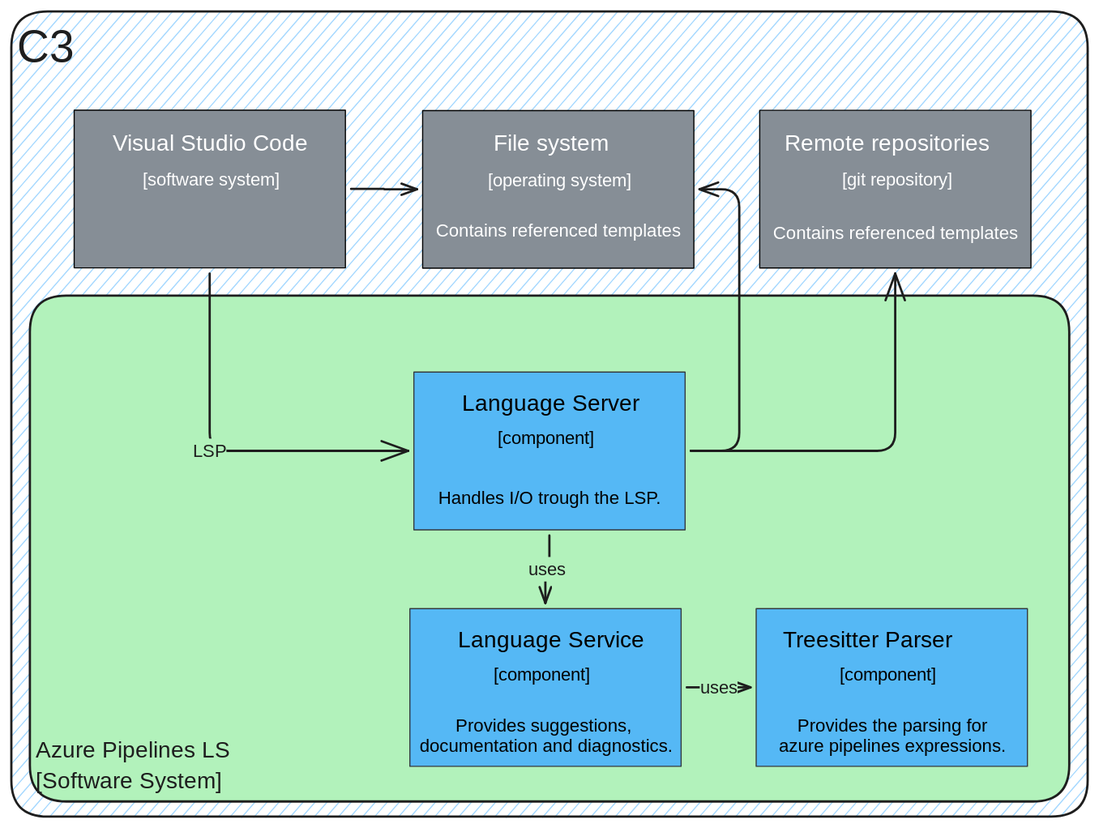
Before: content/Designs/c3.svg, a diagram exported from Excalidraw (SerggioPizzella/grad-portfolio). Source tidied: one line per element, renumbered; positions are measured from the earlier drawing's top-left corner, leaving out a move shared by most shapes.
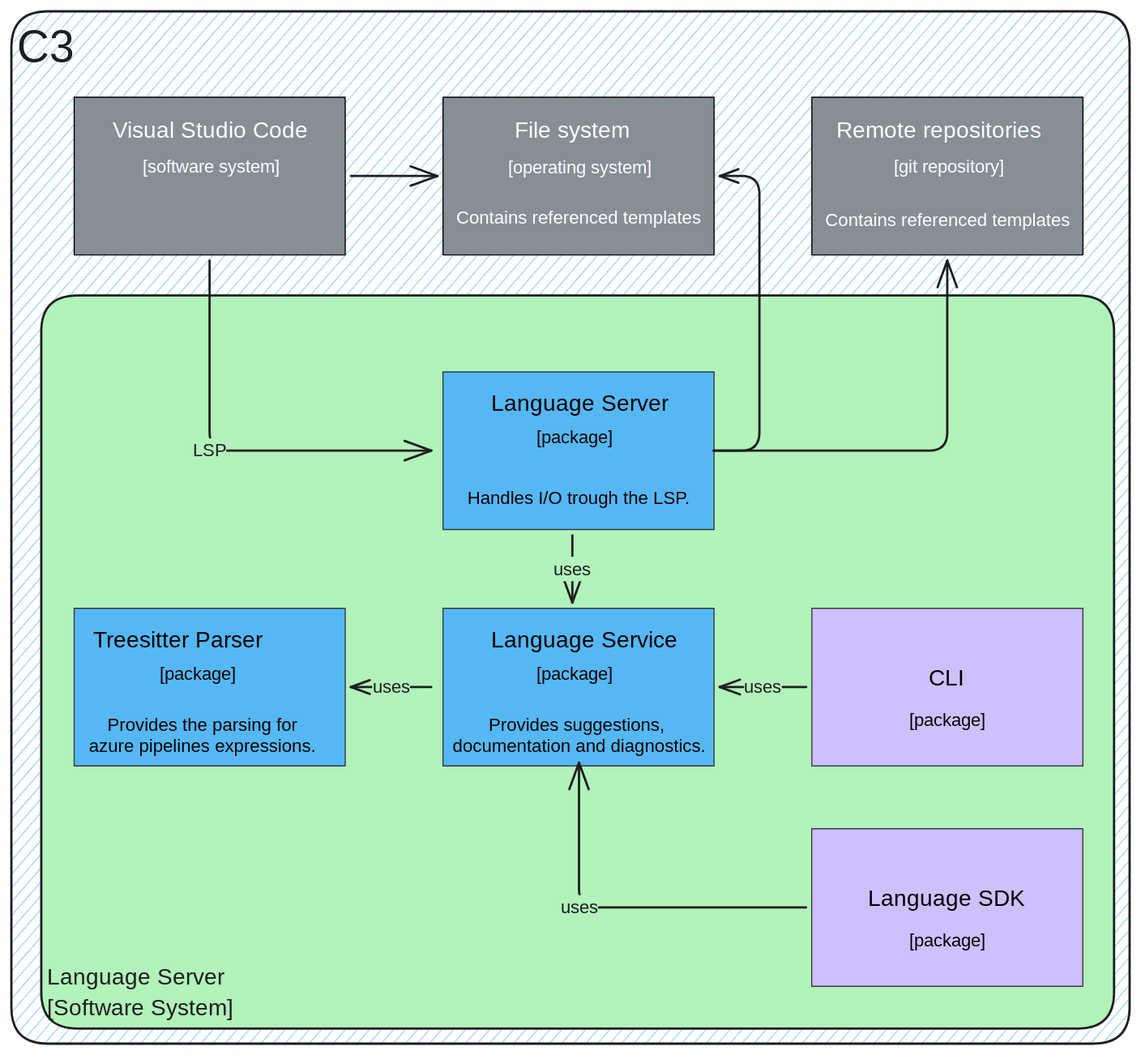
Later version of the same file.

The edit, as a diff of the source:
```diff
@@ -1,36 +1,46 @@
-{"id": 0, "type": "rectangle", "strokeColor": "#1e1e1e", "backgroundColor": "#a5d8ff", "fillStyle": "hachure", "strokeWidth": 2, "roughness": 0, "round": true, "x": 0, "y": 0, "width": 948, "height": 710}
+{"id": 0, "type": "rectangle", "strokeColor": "#1e1e1e", "backgroundColor": "#a5d8ff", "fillStyle": "hachure", "strokeWidth": 2, "roughness": 0, "round": true, "x": 0, "y": 0, "width": 986, "height": 910}
 {"id": 1, "type": "text", "text": "C3", "strokeColor": "#1e1e1e", "backgroundColor": "#a5d8ff", "fillStyle": "hachure", "strokeWidth": 2, "roughness": 0, "fontSize": 39.27, "fontFamily": 6, "inside": 0, "x": 5, "y": 5, "width": 51, "height": 53}
-{"id": 2, "type": "rectangle", "strokeColor": "#1e1e1e", "backgroundColor": "#b2f2bb", "fillStyle": "solid", "strokeWidth": 2, "roughness": 0, "round": true, "x": 16, "y": 251, "width": 916, "height": 446}
+{"id": 2, "type": "rectangle", "strokeColor": "#1e1e1e", "backgroundColor": "#b2f2bb", "fillStyle": "solid", "strokeWidth": 2, "roughness": 0, "round": true, "x": 26, "y": 251, "width": 946, "height": 646}
-{"id": 3, "type": "text", "text": "Azure Pipelines LS\n[Software System]", "strokeColor": "#1e1e1e", "backgroundColor": "#b2f2bb", "fillStyle": "hachure", "strokeWidth": 2, "roughness": 0, "fontSize": 20, "fontFamily": 6, "verticalAlign": "bottom", "inside": 2, "x": 21, "y": 637, "width": 169, "height": 54}
+{"id": 3, "type": "text", "text": "Language Server\n[Software System]", "strokeColor": "#1e1e1e", "backgroundColor": "#b2f2bb", "fillStyle": "hachure", "strokeWidth": 2, "roughness": 0, "fontSize": 20, "fontFamily": 6, "verticalAlign": "bottom", "inside": 2, "x": 31, "y": 838, "width": 167, "height": 54}
-{"id": 4, "type": "rectangle", "strokeColor": "#000000", "backgroundColor": "#868e96", "fillStyle": "solid", "strokeWidth": 1, "roughness": 0, "x": 55, "y": 87, "width": 239, "height": 139}
+{"id": 4, "type": "rectangle", "strokeColor": "#000000", "backgroundColor": "#868e96", "fillStyle": "solid", "strokeWidth": 1, "roughness": 0, "x": 55, "y": 76, "width": 239, "height": 139}
-{"id": 5, "type": "text", "text": "Visual Studio Code", "strokeColor": "#fff", "backgroundColor": "#55b8f5", "fillStyle": "solid", "strokeWidth": 1, "roughness": 0, "fontSize": 20, "fontFamily": 1, "textAlign": "center", "x": 82, "y": 105, "width": 186, "height": 25}
+{"id": 5, "type": "text", "text": "Visual Studio Code", "strokeColor": "#fff", "backgroundColor": "#55b8f5", "fillStyle": "solid", "strokeWidth": 1, "roughness": 0, "fontSize": 20, "fontFamily": 1, "textAlign": "center", "x": 82, "y": 94, "width": 186, "height": 25}
-{"id": 6, "type": "text", "text": "[software system]", "strokeColor": "#fff", "backgroundColor": "#55b8f5", "fillStyle": "solid", "strokeWidth": 1, "roughness": 0, "fontSize": 16, "fontFamily": 3, "textAlign": "center", "x": 96, "y": 138, "width": 160, "height": 20}
+{"id": 6, "type": "text", "text": "[software system]", "strokeColor": "#fff", "backgroundColor": "#55b8f5", "fillStyle": "solid", "strokeWidth": 1, "roughness": 0, "fontSize": 16, "fontFamily": 3, "textAlign": "center", "x": 96, "y": 127, "width": 160, "height": 20}
-{"id": 7, "type": "arrow", "strokeColor": "#1e1e1e", "backgroundColor": "#a5d8ff", "fillStyle": "hachure", "strokeWidth": 2, "roughness": 0, "endArrowhead": "arrow", "from": 4, "to": 14, "x": 299, "y": 156, "width": 58, "height": 0, "points": [[0, 0], [29, 0], [29, 0], [58, 0]]}
+{"id": 7, "type": "arrow", "strokeColor": "#1e1e1e", "backgroundColor": "#a5d8ff", "fillStyle": "hachure", "strokeWidth": 2, "roughness": 0, "endArrowhead": "arrow", "from": 4, "to": 14, "x": 299, "y": 145, "width": 76, "height": 0, "points": [[0, 0], [76, 0]]}
-{"id": 8, "type": "rectangle", "strokeColor": "#000000", "backgroundColor": "#868e96", "fillStyle": "solid", "strokeWidth": 1, "roughness": 0, "x": 659, "y": 87, "width": 239, "height": 139}
+{"id": 8, "type": "rectangle", "strokeColor": "#000000", "backgroundColor": "#868e96", "fillStyle": "solid", "strokeWidth": 1, "roughness": 0, "x": 706, "y": 76, "width": 239, "height": 139}
-{"id": 9, "type": "text", "text": "Remote repositories", "strokeColor": "#fff", "backgroundColor": "#55b8f5", "fillStyle": "solid", "strokeWidth": 1, "roughness": 0, "fontSize": 20, "fontFamily": 1, "x": 681, "y": 105, "width": 193, "height": 25}
+{"id": 9, "type": "text", "text": "Remote repositories", "strokeColor": "#fff", "backgroundColor": "#55b8f5", "fillStyle": "solid", "strokeWidth": 1, "roughness": 0, "fontSize": 20, "fontFamily": 1, "x": 728, "y": 94, "width": 193, "height": 25}
-{"id": 10, "type": "text", "text": "[git repository]", "strokeColor": "#fff", "backgroundColor": "#55b8f5", "fillStyle": "solid", "strokeWidth": 1, "roughness": 0, "fontSize": 16, "fontFamily": 3, "textAlign": "center", "x": 705, "y": 138, "width": 150, "height": 20}
+{"id": 10, "type": "text", "text": "[git repository]", "strokeColor": "#fff", "backgroundColor": "#55b8f5", "fillStyle": "solid", "strokeWidth": 1, "roughness": 0, "fontSize": 16, "fontFamily": 3, "textAlign": "center", "x": 752, "y": 127, "width": 150, "height": 20}
-{"id": 11, "type": "text", "text": "Contains referenced templates", "strokeColor": "#fff", "backgroundColor": "#55b8f5", "fillStyle": "solid", "strokeWidth": 1, "roughness": 0, "fontSize": 15.87, "fontFamily": 2, "textAlign": "center", "x": 671, "y": 188, "width": 216, "height": 18}
+{"id": 11, "type": "text", "text": "Contains referenced templates", "strokeColor": "#fff", "backgroundColor": "#55b8f5", "fillStyle": "solid", "strokeWidth": 1, "roughness": 0, "fontSize": 15.87, "fontFamily": 2, "textAlign": "center", "x": 717, "y": 176, "width": 216, "height": 18}
-{"id": 12, "type": "arrow", "strokeColor": "#1e1e1e", "backgroundColor": "#b2f2bb", "fillStyle": "cross-hatch", "strokeWidth": 2, "roughness": 0, "endArrowhead": "arrow", "from": 4, "to": 18, "x": 175, "y": 231, "width": 175, "height": 156, "points": [[0, 0], [0, 156], [175, 156]]}
+{"id": 12, "type": "arrow", "strokeColor": "#1e1e1e", "backgroundColor": "#b2f2bb", "fillStyle": "cross-hatch", "strokeWidth": 2, "roughness": 0, "endArrowhead": "arrow", "from": 4, "to": 18, "x": 175, "y": 220, "width": 195, "height": 168, "points": [[0, 0], [0, 168], [195, 168]]}
-{"id": 13, "type": "text", "text": "LSP", "strokeColor": "#1e1e1e", "backgroundColor": "#b2f2bb", "fillStyle": "cross-hatch", "strokeWidth": 2, "roughness": 0, "fontSize": 16, "fontFamily": 6, "textAlign": "center", "verticalAlign": "middle", "inside": 12, "x": 159, "y": 256, "width": 29, "height": 22}
+{"id": 13, "type": "text", "text": "LSP", "strokeColor": "#1e1e1e", "backgroundColor": "#b2f2bb", "fillStyle": "cross-hatch", "strokeWidth": 2, "roughness": 0, "fontSize": 16, "fontFamily": 6, "textAlign": "center", "verticalAlign": "middle", "inside": 12, "x": 160, "y": 377, "width": 29, "height": 22}
-{"id": 14, "type": "rectangle", "strokeColor": "#000000", "backgroundColor": "#868e96", "fillStyle": "solid", "strokeWidth": 1, "roughness": 0, "x": 362, "y": 87, "width": 239, "height": 139}
+{"id": 14, "type": "rectangle", "strokeColor": "#000000", "backgroundColor": "#868e96", "fillStyle": "solid", "strokeWidth": 1, "roughness": 0, "x": 381, "y": 76, "width": 239, "height": 139}
-{"id": 15, "type": "text", "text": "File system", "strokeColor": "#fff", "backgroundColor": "#55b8f5", "fillStyle": "solid", "strokeWidth": 1, "roughness": 0, "fontSize": 20, "fontFamily": 1, "x": 425, "y": 105, "width": 108, "height": 25}
+{"id": 15, "type": "text", "text": "File system", "strokeColor": "#fff", "backgroundColor": "#55b8f5", "fillStyle": "solid", "strokeWidth": 1, "roughness": 0, "fontSize": 20, "fontFamily": 1, "x": 443, "y": 94, "width": 108, "height": 25}
-{"id": 16, "type": "text", "text": "[operating system]", "strokeColor": "#fff", "backgroundColor": "#55b8f5", "fillStyle": "solid", "strokeWidth": 1, "roughness": 0, "fontSize": 16, "fontFamily": 3, "textAlign": "center", "x": 399, "y": 139, "width": 169, "height": 20}
+{"id": 16, "type": "text", "text": "[operating system]", "strokeColor": "#fff", "backgroundColor": "#55b8f5", "fillStyle": "solid", "strokeWidth": 1, "roughness": 0, "fontSize": 16, "fontFamily": 3, "textAlign": "center", "x": 417, "y": 127, "width": 169, "height": 20}
-{"id": 17, "type": "text", "text": "Contains referenced templates", "strokeColor": "#fff", "backgroundColor": "#55b8f5", "fillStyle": "solid", "strokeWidth": 1, "roughness": 0, "fontSize": 15.87, "fontFamily": 2, "textAlign": "center", "x": 374, "y": 185, "width": 216, "height": 18}
+{"id": 17, "type": "text", "text": "Contains referenced templates", "strokeColor": "#fff", "backgroundColor": "#55b8f5", "fillStyle": "solid", "strokeWidth": 1, "roughness": 0, "fontSize": 15.87, "fontFamily": 2, "textAlign": "center", "x": 392, "y": 174, "width": 216, "height": 18}
-{"id": 18, "type": "rectangle", "strokeColor": "#343a40", "backgroundColor": "#55b8f5", "fillStyle": "solid", "strokeWidth": 1, "roughness": 0, "x": 355, "y": 318, "width": 239, "height": 139}
+{"id": 18, "type": "rectangle", "strokeColor": "#343a40", "backgroundColor": "#55b8f5", "fillStyle": "solid", "strokeWidth": 1, "roughness": 0, "x": 381, "y": 318, "width": 239, "height": 139}
-{"id": 19, "type": "text", "text": "Language Server", "strokeColor": "#000000", "backgroundColor": "#55b8f5", "fillStyle": "solid", "strokeWidth": 1, "roughness": 0, "fontSize": 20, "fontFamily": 1, "x": 397, "y": 335, "width": 163, "height": 25}
+{"id": 19, "type": "text", "text": "Language Server", "strokeColor": "#000000", "backgroundColor": "#55b8f5", "fillStyle": "solid", "strokeWidth": 1, "roughness": 0, "fontSize": 20, "fontFamily": 1, "x": 423, "y": 335, "width": 163, "height": 25}
-{"id": 20, "type": "text", "text": "[component]", "strokeColor": "#000000", "backgroundColor": "#55b8f5", "fillStyle": "solid", "strokeWidth": 1, "roughness": 0, "fontSize": 16, "fontFamily": 3, "textAlign": "center", "x": 419, "y": 365, "width": 103, "height": 20}
+{"id": 20, "type": "text", "text": "[package]", "strokeColor": "#000000", "backgroundColor": "#55b8f5", "fillStyle": "solid", "strokeWidth": 1, "roughness": 0, "fontSize": 16, "fontFamily": 3, "textAlign": "center", "x": 454, "y": 365, "width": 84, "height": 20}
-{"id": 21, "type": "text", "text": "Handles I/O trough the LSP.", "strokeColor": "#000000", "backgroundColor": "#55b8f5", "fillStyle": "solid", "strokeWidth": 1, "roughness": 0, "fontSize": 15.87, "fontFamily": 2, "x": 376, "y": 421, "width": 197, "height": 18}
+{"id": 21, "type": "text", "text": "Handles I/O trough the LSP.", "strokeColor": "#000000", "backgroundColor": "#55b8f5", "fillStyle": "solid", "strokeWidth": 1, "roughness": 0, "fontSize": 15.87, "fontFamily": 2, "x": 402, "y": 421, "width": 197, "height": 18}
-{"id": 22, "type": "rectangle", "strokeColor": "#343a40", "backgroundColor": "#55b8f5", "fillStyle": "solid", "strokeWidth": 1, "roughness": 0, "x": 351, "y": 526, "width": 239, "height": 139}
+{"id": 22, "type": "rectangle", "strokeColor": "#343a40", "backgroundColor": "#55b8f5", "fillStyle": "solid", "strokeWidth": 1, "roughness": 0, "x": 381, "y": 526, "width": 239, "height": 139}
-{"id": 23, "type": "text", "text": "Language Service", "strokeColor": "#000000", "backgroundColor": "#55b8f5", "fillStyle": "solid", "strokeWidth": 1, "roughness": 0, "fontSize": 20, "fontFamily": 1, "x": 393, "y": 543, "width": 169, "height": 25}
+{"id": 23, "type": "text", "text": "Language Service", "strokeColor": "#000000", "backgroundColor": "#55b8f5", "fillStyle": "solid", "strokeWidth": 1, "roughness": 0, "fontSize": 20, "fontFamily": 1, "x": 423, "y": 543, "width": 169, "height": 25}
-{"id": 24, "type": "text", "text": "[component]", "strokeColor": "#000000", "backgroundColor": "#55b8f5", "fillStyle": "solid", "strokeWidth": 1, "roughness": 0, "fontSize": 16, "fontFamily": 3, "textAlign": "center", "x": 416, "y": 574, "width": 103, "height": 20}
+{"id": 24, "type": "text", "text": "[package]", "strokeColor": "#000000", "backgroundColor": "#55b8f5", "fillStyle": "solid", "strokeWidth": 1, "roughness": 0, "fontSize": 16, "fontFamily": 3, "textAlign": "center", "x": 454, "y": 574, "width": 84, "height": 20}
-{"id": 25, "type": "text", "text": "Provides suggestions, \ndocumentation and diagnostics.", "strokeColor": "#000000", "backgroundColor": "#55b8f5", "fillStyle": "solid", "strokeWidth": 1, "roughness": 0, "fontSize": 15.87, "fontFamily": 2, "textAlign": "center", "x": 360, "y": 622, "width": 223, "height": 36}
+{"id": 25, "type": "text", "text": "Provides suggestions, \ndocumentation and diagnostics.", "strokeColor": "#000000", "backgroundColor": "#55b8f5", "fillStyle": "solid", "strokeWidth": 1, "roughness": 0, "fontSize": 15.87, "fontFamily": 2, "textAlign": "center", "x": 389, "y": 622, "width": 223, "height": 36}
-{"id": 26, "type": "arrow", "strokeColor": "#1e1e1e", "backgroundColor": "#b2f2bb", "fillStyle": "solid", "strokeWidth": 2, "roughness": 0, "endArrowhead": "arrow", "from": 18, "to": 22, "x": 474, "y": 462, "width": 4, "height": 59, "points": [[0, 0], [0, 30], [-4, 30], [-4, 59]]}
+{"id": 26, "type": "arrow", "strokeColor": "#1e1e1e", "backgroundColor": "#b2f2bb", "fillStyle": "solid", "strokeWidth": 2, "roughness": 0, "endArrowhead": "arrow", "from": 18, "to": 22, "x": 495, "y": 462, "width": 0, "height": 59, "points": [[0, 0], [0, 59]]}
-{"id": 27, "type": "text", "text": "uses", "strokeColor": "#1e1e1e", "backgroundColor": "#b2f2bb", "fillStyle": "solid", "strokeWidth": 2, "roughness": 0, "fontSize": 16, "fontFamily": 6, "textAlign": "center", "verticalAlign": "middle", "inside": 26, "x": 156, "y": 476, "width": 33, "height": 22}
+{"id": 27, "type": "text", "text": "uses", "strokeColor": "#1e1e1e", "backgroundColor": "#b2f2bb", "fillStyle": "solid", "strokeWidth": 2, "roughness": 0, "fontSize": 16, "fontFamily": 6, "textAlign": "center", "verticalAlign": "middle", "inside": 26, "x": 456, "y": 481, "width": 33, "height": 22}
-{"id": 28, "type": "rectangle", "strokeColor": "#343a40", "backgroundColor": "#55b8f5", "fillStyle": "solid", "strokeWidth": 1, "roughness": 0, "x": 656, "y": 526, "width": 239, "height": 139}
+{"id": 28, "type": "rectangle", "strokeColor": "#343a40", "backgroundColor": "#55b8f5", "fillStyle": "solid", "strokeWidth": 1, "roughness": 0, "x": 55, "y": 526, "width": 239, "height": 139}
-{"id": 29, "type": "text", "text": "Treesitter Parser", "strokeColor": "#000000", "backgroundColor": "#55b8f5", "fillStyle": "solid", "strokeWidth": 1, "roughness": 0, "fontSize": 20, "fontFamily": 1, "x": 680, "y": 543, "width": 183, "height": 25}
+{"id": 29, "type": "text", "text": "Treesitter Parser", "strokeColor": "#000000", "backgroundColor": "#55b8f5", "fillStyle": "solid", "strokeWidth": 1, "roughness": 0, "fontSize": 20, "fontFamily": 1, "x": 72, "y": 543, "width": 183, "height": 25}
-{"id": 30, "type": "text", "text": "[component]", "strokeColor": "#000000", "backgroundColor": "#55b8f5", "fillStyle": "solid", "strokeWidth": 1, "roughness": 0, "fontSize": 16, "fontFamily": 3, "textAlign": "center", "x": 721, "y": 574, "width": 103, "height": 20}
+{"id": 30, "type": "text", "text": "[package]", "strokeColor": "#000000", "backgroundColor": "#55b8f5", "fillStyle": "solid", "strokeWidth": 1, "roughness": 0, "fontSize": 16, "fontFamily": 3, "textAlign": "center", "x": 122, "y": 574, "width": 84, "height": 20}
-{"id": 31, "type": "text", "text": "Provides the parsing for\nazure pipelines expressions.", "strokeColor": "#000000", "backgroundColor": "#55b8f5", "fillStyle": "solid", "strokeWidth": 1, "roughness": 0, "fontSize": 15.87, "fontFamily": 2, "textAlign": "center", "x": 676, "y": 622, "width": 200, "height": 36}
+{"id": 31, "type": "text", "text": "Provides the parsing for\nazure pipelines expressions.", "strokeColor": "#000000", "backgroundColor": "#55b8f5", "fillStyle": "solid", "strokeWidth": 1, "roughness": 0, "fontSize": 15.87, "fontFamily": 2, "textAlign": "center", "x": 68, "y": 622, "width": 200, "height": 36}
-{"id": 32, "type": "arrow", "strokeColor": "#1e1e1e", "backgroundColor": "#b2f2bb", "fillStyle": "solid", "strokeWidth": 2, "roughness": 0, "endArrowhead": "arrow", "from": 22, "to": 28, "x": 595, "y": 596, "width": 56, "height": 0, "points": [[0, 0], [28, 0], [28, 0], [56, 0]]}
+{"id": 32, "type": "arrow", "strokeColor": "#1e1e1e", "backgroundColor": "#b2f2bb", "fillStyle": "solid", "strokeWidth": 2, "roughness": 0, "endArrowhead": "arrow", "from": 22, "to": 28, "x": 370, "y": 596, "width": 71, "height": 0, "points": [[0, 0], [-35, 0], [-35, 0], [-71, 0]]}
-{"id": 33, "type": "text", "text": "uses", "strokeColor": "#1e1e1e", "backgroundColor": "#b2f2bb", "fillStyle": "solid", "strokeWidth": 2, "roughness": 0, "fontSize": 16, "fontFamily": 6, "textAlign": "center", "verticalAlign": "middle", "inside": 32, "x": 307, "y": 585, "width": 33, "height": 22}
+{"id": 33, "type": "text", "text": "uses", "strokeColor": "#1e1e1e", "backgroundColor": "#b2f2bb", "fillStyle": "solid", "strokeWidth": 2, "roughness": 0, "fontSize": 16, "fontFamily": 6, "textAlign": "center", "verticalAlign": "middle", "inside": 32, "x": 309, "y": 585, "width": 33, "height": 22}
-{"id": 34, "type": "arrow", "strokeColor": "#1e1e1e", "backgroundColor": "#b2f2bb", "fillStyle": "solid", "strokeWidth": 2, "roughness": 0, "endArrowhead": "arrow", "from": 18, "to": 14, "x": 599, "y": 387, "width": 43, "height": 231, "points": [[0, 0], [43, 0], [43, -231], [8, -231]]}
+{"id": 34, "type": "arrow", "strokeColor": "#1e1e1e", "backgroundColor": "#b2f2bb", "fillStyle": "solid", "strokeWidth": 2, "roughness": 0, "endArrowhead": "arrow", "from": 18, "to": 14, "x": 619, "y": 387, "width": 40, "height": 242, "points": [[0, 0], [40, 0], [40, -242], [5, -242]]}
-{"id": 35, "type": "arrow", "strokeColor": "#1e1e1e", "backgroundColor": "#b2f2bb", "fillStyle": "solid", "strokeWidth": 2, "roughness": 0, "endArrowhead": "arrow", "from": 18, "to": 8, "x": 599, "y": 387, "width": 180, "height": 156, "points": [[0, 0], [180, 0], [180, -156]]}
+{"id": 35, "type": "arrow", "strokeColor": "#1e1e1e", "backgroundColor": "#b2f2bb", "fillStyle": "solid", "strokeWidth": 2, "roughness": 0, "endArrowhead": "arrow", "from": 18, "to": 8, "x": 619, "y": 387, "width": 206, "height": 168, "points": [[0, 0], [206, 0], [206, -168]]}
+{"id": 36, "type": "rectangle", "strokeColor": "#343a40", "backgroundColor": "#d0bfff", "fillStyle": "solid", "strokeWidth": 1, "roughness": 0, "x": 706, "y": 526, "width": 239, "height": 139}
+{"id": 37, "type": "text", "text": "CLI", "strokeColor": "#000000", "backgroundColor": "#d0bfff", "fillStyle": "solid", "strokeWidth": 1, "roughness": 0, "fontSize": 20, "fontFamily": 1, "textAlign": "center", "x": 806, "y": 577, "width": 37, "height": 25}
+{"id": 38, "type": "text", "text": "[package]", "strokeColor": "#000000", "backgroundColor": "#d0bfff", "fillStyle": "solid", "strokeWidth": 1, "roughness": 0, "fontSize": 16, "fontFamily": 3, "textAlign": "center", "x": 783, "y": 615, "width": 84, "height": 20}
+{"id": 39, "type": "arrow", "strokeColor": "#1e1e1e", "backgroundColor": "#b2f2bb", "fillStyle": "solid", "strokeWidth": 2, "roughness": 0, "endArrowhead": "arrow", "from": 36, "to": 22, "x": 701, "y": 596, "width": 76, "height": 0, "points": [[0, 0], [-38, 0], [-38, 0], [-76, 0]]}
+{"id": 40, "type": "text", "text": "uses", "strokeColor": "#1e1e1e", "backgroundColor": "#b2f2bb", "fillStyle": "solid", "strokeWidth": 2, "roughness": 0, "fontSize": 16, "fontFamily": 6, "textAlign": "center", "verticalAlign": "middle", "inside": 39, "x": 476, "y": 455, "width": 33, "height": 22}
+{"id": 41, "type": "arrow", "strokeColor": "#1e1e1e", "backgroundColor": "#b2f2bb", "fillStyle": "solid", "strokeWidth": 2, "roughness": 0, "endArrowhead": "arrow", "from": 43, "to": 25, "x": 701, "y": 790, "width": 200, "height": 128, "points": [[0, 0], [-200, 0], [-200, -128]]}
+{"id": 42, "type": "text", "text": "uses", "strokeColor": "#1e1e1e", "backgroundColor": "#b2f2bb", "fillStyle": "solid", "strokeWidth": 2, "roughness": 0, "fontSize": 16, "fontFamily": 6, "textAlign": "center", "verticalAlign": "middle", "inside": 41, "x": 675, "y": 583, "width": 33, "height": 22}
+{"id": 43, "type": "rectangle", "strokeColor": "#343a40", "backgroundColor": "#d0bfff", "fillStyle": "solid", "strokeWidth": 1, "roughness": 0, "x": 706, "y": 721, "width": 239, "height": 139}
+{"id": 44, "type": "text", "text": "Language SDK", "strokeColor": "#000000", "backgroundColor": "#d0bfff", "fillStyle": "solid", "strokeWidth": 1, "roughness": 0, "fontSize": 20, "fontFamily": 1, "textAlign": "center", "x": 754, "y": 771, "width": 141, "height": 25}
+{"id": 45, "type": "text", "text": "[package]", "strokeColor": "#000000", "backgroundColor": "#d0bfff", "fillStyle": "solid", "strokeWidth": 1, "roughness": 0, "fontSize": 16, "fontFamily": 3, "textAlign": "center", "x": 783, "y": 809, "width": 84, "height": 20}
```
